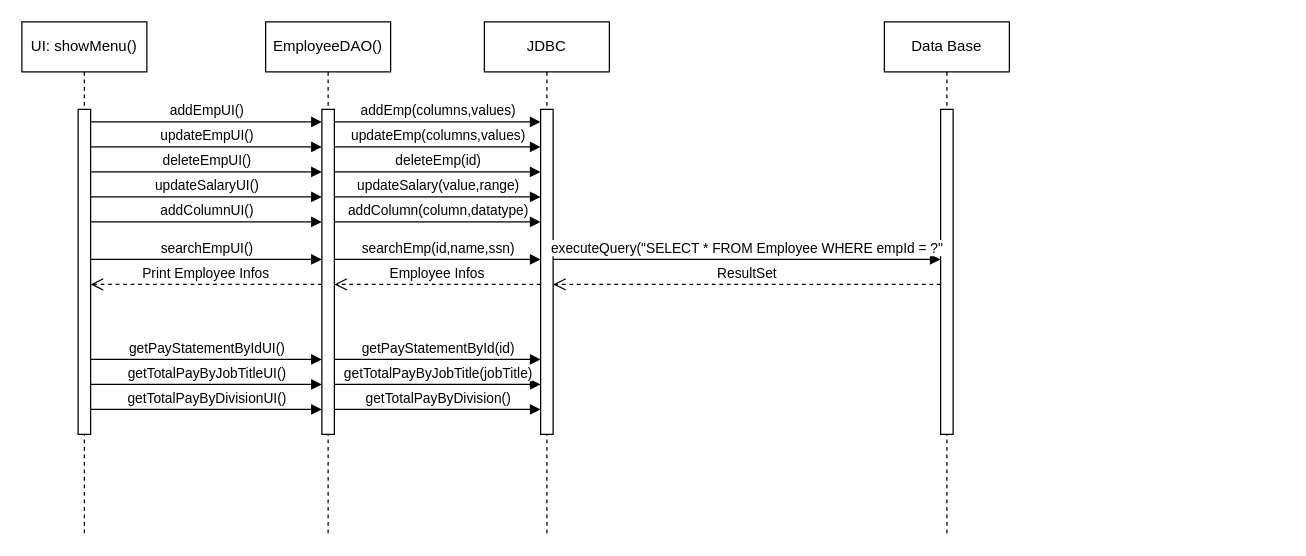
Earlier version of the draw.io diagram Diagram/Untitled Diagram.drawio (linnypham/CSC3350_project). Source tidied: cells renumbered, new cells numbered last; positions are measured from the earlier drawing's top-left corner, leaving out a move shared by most shapes. Both pictures are drawn from the tidied source at 125%, with x=0, y=0 at pixel (21, 21).
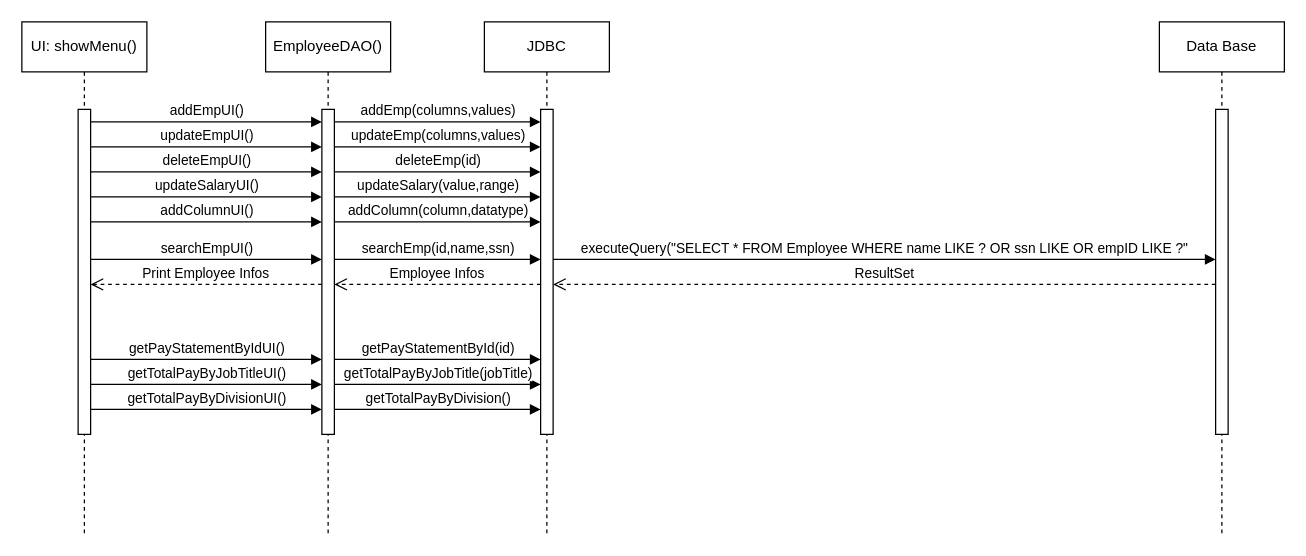
The same diagram, later.

Unchanged cells that the change refers to:
```xml
<mxCell id="29" style="html=1;points=[];perimeter=orthogonalPerimeter;outlineConnect=0;targetShapes=umlLifeline;portConstraint=eastwest;newEdgeStyle={&quot;edgeStyle&quot;:&quot;elbowEdgeStyle&quot;,&quot;elbow&quot;:&quot;vertical&quot;,&quot;curved&quot;:0,&quot;rounded&quot;:0};" parent="28" vertex="1">
  <mxGeometry x="45" y="70" width="10" height="260" as="geometry" />
</mxCell>
```

What changed in the source:
```diff
@@
     <mxCell id="28" value="Data Base" style="shape=umlLifeline;perimeter=lifelinePerimeter;whiteSpace=wrap;html=1;newEdgeStyle={&quot;edgeStyle&quot;:&quot;elbowEdgeStyle&quot;,&quot;elbow&quot;:&quot;vertical&quot;,&quot;curved&quot;:0,&quot;rounded&quot;:0};" parent="1" vertex="1">
-      <mxGeometry x="690" width="100" height="410" as="geometry" />
+      <mxGeometry x="910" width="100" height="410" as="geometry" />
     </mxCell>
@@
-    <mxCell id="30" value="executeQuery(&quot;SELECT * FROM Employee WHERE empId = ?&quot;" style="html=1;verticalAlign=bottom;endArrow=block;edgeStyle=elbowEdgeStyle;elbow=vertical;curved=0;rounded=0;" parent="1" edge="1">
+    <mxCell id="30" value="executeQuery(&quot;SELECT * FROM Employee WHERE name LIKE ? OR ssn LIKE OR empID LIKE ?&quot;" style="html=1;verticalAlign=bottom;endArrow=block;edgeStyle=elbowEdgeStyle;elbow=vertical;curved=0;rounded=0;" parent="1" edge="1" target="29">
       <mxGeometry relative="1" as="geometry">
         <mxPoint x="425" y="190" as="sourcePoint" />
-        <mxPoint x="735" y="190" as="targetPoint" />
         <Array as="points">
           <mxPoint x="465" y="190" />
         </Array>
       </mxGeometry>
     </mxCell>
```
